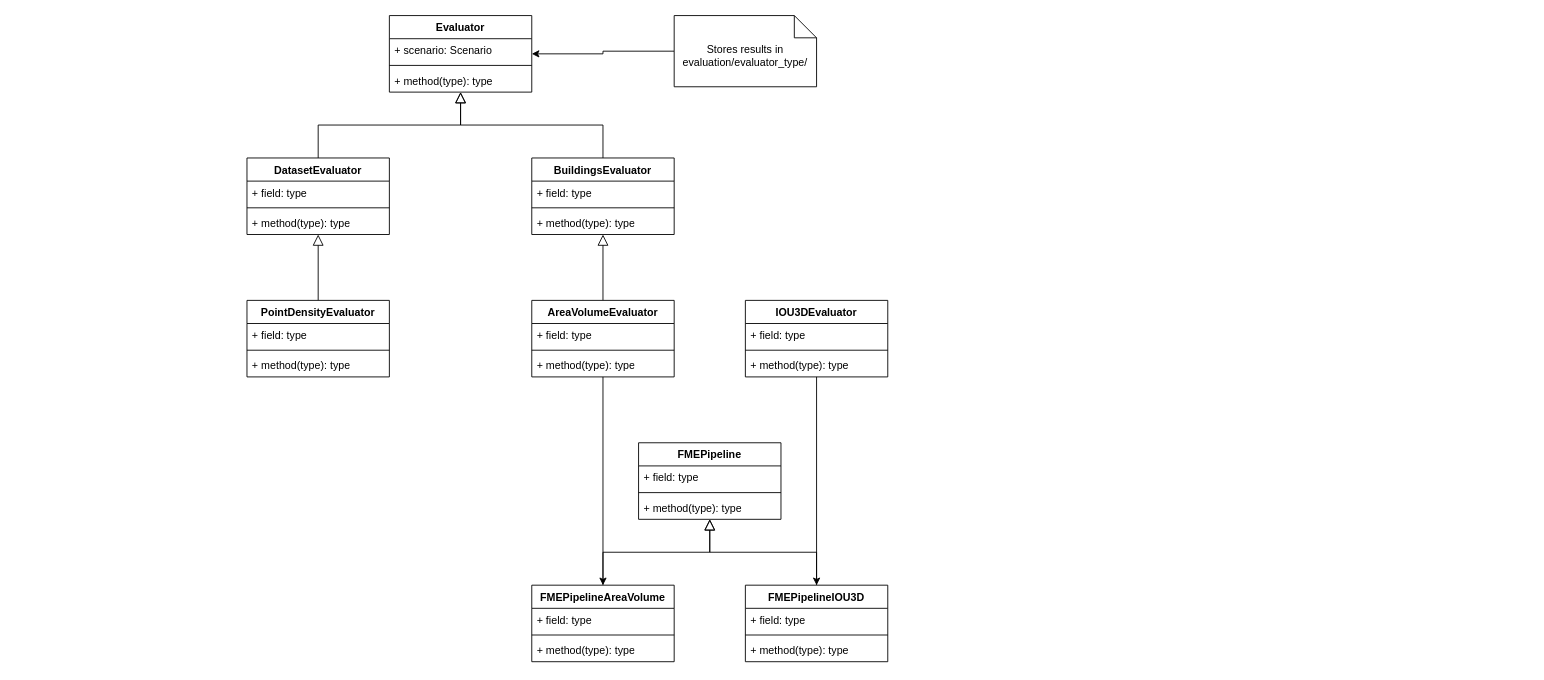
The draw.io diagram uml/evaluator.drawio in florifal/city-to-scan-to-city, before the edit. Source tidied: cells renumbered, new cells numbered last; positions are measured from the earlier drawing's top-left corner, leaving out a move shared by most shapes. Both pictures are drawn from the tidied source at 89%, with x=0, y=0 at pixel (247, 15).
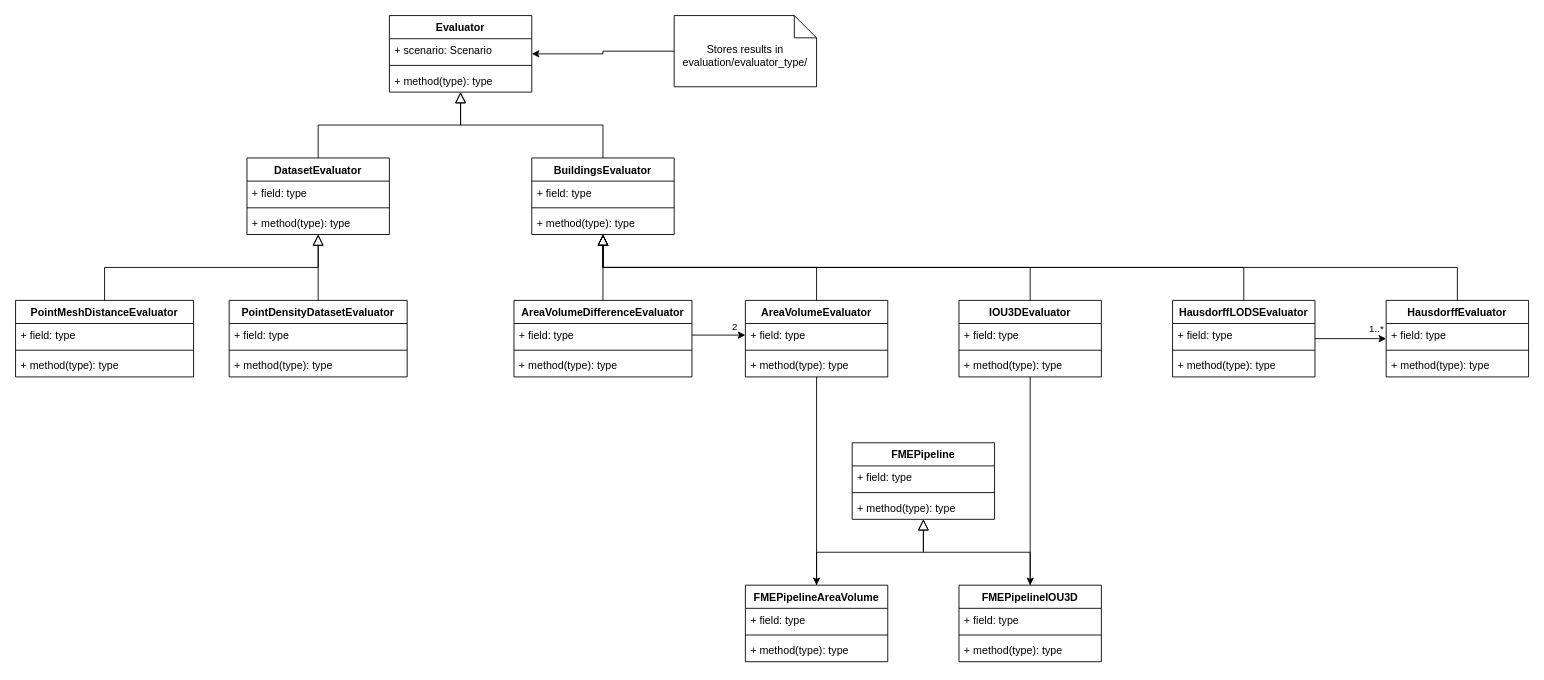
Above is the later version.

Commit message:
Update UML diagram

Unchanged cells that the change refers to:
```xml
<mxCell id="7" value="DatasetEvaluator" style="swimlane;fontStyle=1;align=center;verticalAlign=top;horizontal=1;startSize=26;whiteSpace=wrap;html=1;" parent="1" vertex="1">
  <mxGeometry y="160" width="160" height="86" as="geometry" />
</mxCell>
<mxCell id="12" value="BuildingsEvaluator" style="swimlane;fontStyle=1;align=center;verticalAlign=top;horizontal=1;startSize=26;whiteSpace=wrap;html=1;" parent="1" vertex="1">
  <mxGeometry x="320" y="160" width="160" height="86" as="geometry" />
</mxCell>
<mxCell id="19" value="+ field: type" style="text;strokeColor=none;fillColor=none;align=left;verticalAlign=top;spacingLeft=4;spacingRight=4;overflow=hidden;points=[[0,0.5],[1,0.5]];portConstraint=eastwest;whiteSpace=wrap;html=1;" parent="18" vertex="1">
  <mxGeometry y="26" width="160" height="26" as="geometry" />
</mxCell>
```

Diff of the diagram source:
```diff
@@
-    <mxCell id="16" style="edgeStyle=orthogonalEdgeStyle;rounded=0;jettySize=auto;html=1;endArrow=block;endFill=0;endSize=10;" parent="1" edge="1" source="18" target="12">
+    <mxCell id="16" style="edgeStyle=orthogonalEdgeStyle;rounded=0;jettySize=auto;html=1;endArrow=block;endFill=0;endSize=10;exitX=0.5;exitY=0;exitDx=0;exitDy=0;" parent="1" edge="1" source="18" target="12">
       <mxGeometry relative="1" as="geometry" />
     </mxCell>
@@
     <mxCell id="18" value="AreaVolumeEvaluator" style="swimlane;fontStyle=1;align=center;verticalAlign=top;horizontal=1;startSize=26;whiteSpace=wrap;html=1;" parent="1" vertex="1">
-      <mxGeometry x="320" y="320" width="160" height="86" as="geometry" />
+      <mxGeometry x="560" y="320" width="160" height="86" as="geometry" />
     </mxCell>
@@
     <mxCell id="23" value="FMEPipelineAreaVolume" style="swimlane;fontStyle=1;align=center;verticalAlign=top;horizontal=1;startSize=26;whiteSpace=wrap;html=1;" parent="1" vertex="1">
-      <mxGeometry x="320" y="640" width="160" height="86" as="geometry" />
+      <mxGeometry x="560" y="640" width="160" height="86" as="geometry" />
     </mxCell>
@@
+    <mxCell id="48" style="edgeStyle=orthogonalEdgeStyle;rounded=0;jettySize=auto;html=1;endArrow=block;endFill=0;endSize=10;exitX=0.5;exitY=0;exitDx=0;exitDy=0;" parent="1" edge="1" source="28" target="12">
+      <mxGeometry relative="1" as="geometry" />
+    </mxCell>
     <mxCell id="28" value="IOU3DEvaluator" style="swimlane;fontStyle=1;align=center;verticalAlign=top;horizontal=1;startSize=26;whiteSpace=wrap;html=1;" parent="1" vertex="1">
-      <mxGeometry x="560" y="320" width="160" height="86" as="geometry" />
+      <mxGeometry x="800" y="320" width="160" height="86" as="geometry" />
     </mxCell>
@@
-    <mxCell id="35" value="PointDensityEvaluator" style="swimlane;fontStyle=1;align=center;verticalAlign=top;horizontal=1;startSize=26;whiteSpace=wrap;html=1;" parent="1" vertex="1">
-      <mxGeometry y="320" width="160" height="86" as="geometry" />
+    <mxCell id="35" value="PointDensityDatasetEvaluator" style="swimlane;fontStyle=1;align=center;verticalAlign=top;horizontal=1;startSize=26;whiteSpace=wrap;html=1;" parent="1" vertex="1">
+      <mxGeometry x="-20" y="320" width="200" height="86" as="geometry" />
     </mxCell>
     <mxCell id="36" value="+ field: type" style="text;strokeColor=none;fillColor=none;align=left;verticalAlign=top;spacingLeft=4;spacingRight=4;overflow=hidden;whiteSpace=wrap;html=1;" parent="35" vertex="1">
-      <mxGeometry y="26" width="160" height="26" as="geometry" />
+      <mxGeometry y="26" width="200" height="26" as="geometry" />
     </mxCell>
     <mxCell id="37" style="line;strokeWidth=1;fillColor=none;align=left;verticalAlign=middle;spacingTop=-1;spacingLeft=3;spacingRight=3;labelPosition=right;strokeColor=inherit;" parent="35" vertex="1">
-      <mxGeometry y="52" width="160" height="8" as="geometry" />
+      <mxGeometry y="52" width="200" height="8" as="geometry" />
     </mxCell>
     <mxCell id="38" value="+ method(type): type" style="text;strokeColor=none;fillColor=none;align=left;verticalAlign=top;spacingLeft=4;spacingRight=4;overflow=hidden;whiteSpace=wrap;html=1;" parent="35" vertex="1">
-      <mxGeometry y="60" width="160" height="26" as="geometry" />
+      <mxGeometry y="60" width="200" height="26" as="geometry" />
     </mxCell>
@@
     <mxCell id="40" value="FMEPipelineIOU3D" style="swimlane;fontStyle=1;align=center;verticalAlign=top;horizontal=1;startSize=26;whiteSpace=wrap;html=1;" parent="1" vertex="1">
-      <mxGeometry x="560" y="640" width="160" height="86" as="geometry" />
+      <mxGeometry x="800" y="640" width="160" height="86" as="geometry" />
     </mxCell>
@@
     <mxCell id="44" value="FMEPipeline" style="swimlane;fontStyle=1;align=center;verticalAlign=top;horizontal=1;startSize=26;whiteSpace=wrap;html=1;" parent="1" vertex="1">
-      <mxGeometry x="440" y="480" width="160" height="86" as="geometry" />
+      <mxGeometry x="680" y="480" width="160" height="86" as="geometry" />
     </mxCell>
@@
+    <mxCell id="49" style="edgeStyle=orthogonalEdgeStyle;rounded=0;jettySize=auto;html=1;endSize=10;endArrow=block;endFill=0;" parent="1" edge="1" source="50" target="12">
+      <mxGeometry relative="1" as="geometry" />
+    </mxCell>
+    <mxCell id="50" value="AreaVolumeDifferenceEvaluator" style="swimlane;fontStyle=1;align=center;verticalAlign=top;horizontal=1;startSize=26;whiteSpace=wrap;html=1;" parent="1" vertex="1">
+      <mxGeometry x="300" y="320" width="200" height="86" as="geometry" />
+    </mxCell>
+    <mxCell id="51" value="+ field: type" style="text;strokeColor=none;fillColor=none;align=left;verticalAlign=top;spacingLeft=4;spacingRight=4;overflow=hidden;points=[[0,0.5],[1,0.5]];portConstraint=eastwest;whiteSpace=wrap;html=1;" parent="50" vertex="1">
+      <mxGeometry y="26" width="200" height="26" as="geometry" />
+    </mxCell>
+    <mxCell id="52" style="line;strokeWidth=1;fillColor=none;align=left;verticalAlign=middle;spacingTop=-1;spacingLeft=3;spacingRight=3;labelPosition=right;strokeColor=inherit;" parent="50" vertex="1">
+      <mxGeometry y="52" width="200" height="8" as="geometry" />
+    </mxCell>
+    <mxCell id="53" value="+ method(type): type" style="text;strokeColor=none;fillColor=none;align=left;verticalAlign=top;spacingLeft=4;spacingRight=4;overflow=hidden;whiteSpace=wrap;html=1;" parent="50" vertex="1">
+      <mxGeometry y="60" width="200" height="26" as="geometry" />
+    </mxCell>
+    <mxCell id="54" style="edgeStyle=orthogonalEdgeStyle;rounded=0;jettySize=auto;html=1;exitX=1;exitY=0.5;exitDx=0;exitDy=0;entryX=0;entryY=0.5;entryDx=0;entryDy=0;" parent="1" edge="1" source="51" target="19">
+      <mxGeometry relative="1" as="geometry" />
+    </mxCell>
+    <mxCell id="55" value="2" style="edgeLabel;html=1;align=center;verticalAlign=middle;" parent="54" vertex="1">
+      <mxGeometry x="0.65" y="1" relative="1" as="geometry">
+        <mxPoint x="-3" y="-9" as="offset" />
+      </mxGeometry>
+    </mxCell>
+    <mxCell id="56" style="edgeStyle=orthogonalEdgeStyle;rounded=0;jettySize=auto;html=1;" parent="1" edge="1" source="59" target="64">
+      <mxGeometry relative="1" as="geometry" />
+    </mxCell>
+    <mxCell id="57" value="1..*" style="edgeLabel;html=1;align=center;verticalAlign=middle;" parent="56" vertex="1">
+      <mxGeometry x="0.69" relative="1" as="geometry">
+        <mxPoint y="-12" as="offset" />
+      </mxGeometry>
+    </mxCell>
+    <mxCell id="58" style="edgeStyle=orthogonalEdgeStyle;rounded=0;jettySize=auto;html=1;exitX=0.5;exitY=0;exitDx=0;exitDy=0;endArrow=block;endFill=0;endSize=10;" parent="1" edge="1" source="59" target="12">
+      <mxGeometry relative="1" as="geometry" />
+    </mxCell>
+    <mxCell id="59" value="HausdorffLODSEvaluator" style="swimlane;fontStyle=1;align=center;verticalAlign=top;horizontal=1;startSize=26;whiteSpace=wrap;html=1;" parent="1" vertex="1">
+      <mxGeometry x="1040" y="320" width="160" height="86" as="geometry" />
+    </mxCell>
+    <mxCell id="60" value="+ field: type" style="text;strokeColor=none;fillColor=none;align=left;verticalAlign=top;spacingLeft=4;spacingRight=4;overflow=hidden;whiteSpace=wrap;html=1;" parent="59" vertex="1">
+      <mxGeometry y="26" width="160" height="26" as="geometry" />
+    </mxCell>
+    <mxCell id="61" style="line;strokeWidth=1;fillColor=none;align=left;verticalAlign=middle;spacingTop=-1;spacingLeft=3;spacingRight=3;labelPosition=right;strokeColor=inherit;" parent="59" vertex="1">
+      <mxGeometry y="52" width="160" height="8" as="geometry" />
+    </mxCell>
+    <mxCell id="62" value="+ method(type): type" style="text;strokeColor=none;fillColor=none;align=left;verticalAlign=top;spacingLeft=4;spacingRight=4;overflow=hidden;whiteSpace=wrap;html=1;" parent="59" vertex="1">
+      <mxGeometry y="60" width="160" height="26" as="geometry" />
+    </mxCell>
+    <mxCell id="63" style="edgeStyle=orthogonalEdgeStyle;rounded=0;jettySize=auto;html=1;exitX=0.5;exitY=0;exitDx=0;exitDy=0;endArrow=block;endFill=0;endSize=10;" parent="1" edge="1" source="64" target="12">
+      <mxGeometry relative="1" as="geometry" />
+    </mxCell>
+    <mxCell id="64" value="HausdorffEvaluator" style="swimlane;fontStyle=1;align=center;verticalAlign=top;horizontal=1;startSize=26;whiteSpace=wrap;html=1;" parent="1" vertex="1">
+      <mxGeometry x="1280" y="320" width="160" height="86" as="geometry" />
+    </mxCell>
+    <mxCell id="65" value="+ field: type" style="text;strokeColor=none;fillColor=none;align=left;verticalAlign=top;spacingLeft=4;spacingRight=4;overflow=hidden;whiteSpace=wrap;html=1;" parent="64" vertex="1">
+      <mxGeometry y="26" width="160" height="26" as="geometry" />
+    </mxCell>
+    <mxCell id="66" style="line;strokeWidth=1;fillColor=none;align=left;verticalAlign=middle;spacingTop=-1;spacingLeft=3;spacingRight=3;labelPosition=right;strokeColor=inherit;" parent="64" vertex="1">
+      <mxGeometry y="52" width="160" height="8" as="geometry" />
+    </mxCell>
+    <mxCell id="67" value="+ method(type): type" style="text;strokeColor=none;fillColor=none;align=left;verticalAlign=top;spacingLeft=4;spacingRight=4;overflow=hidden;whiteSpace=wrap;html=1;" parent="64" vertex="1">
+      <mxGeometry y="60" width="160" height="26" as="geometry" />
+    </mxCell>
+    <mxCell id="68" style="edgeStyle=orthogonalEdgeStyle;rounded=0;jettySize=auto;html=1;exitX=0.5;exitY=0;exitDx=0;exitDy=0;endArrow=block;endFill=0;endSize=10;" parent="1" edge="1" source="69" target="7">
+      <mxGeometry relative="1" as="geometry" />
+    </mxCell>
+    <mxCell id="69" value="PointMeshDistanceEvaluator" style="swimlane;fontStyle=1;align=center;verticalAlign=top;horizontal=1;startSize=26;whiteSpace=wrap;html=1;" parent="1" vertex="1">
+      <mxGeometry x="-260" y="320" width="200" height="86" as="geometry" />
+    </mxCell>
+    <mxCell id="70" value="+ field: type" style="text;strokeColor=none;fillColor=none;align=left;verticalAlign=top;spacingLeft=4;spacingRight=4;overflow=hidden;whiteSpace=wrap;html=1;" parent="69" vertex="1">
+      <mxGeometry y="26" width="200" height="26" as="geometry" />
+    </mxCell>
+    <mxCell id="71" style="line;strokeWidth=1;fillColor=none;align=left;verticalAlign=middle;spacingTop=-1;spacingLeft=3;spacingRight=3;labelPosition=right;strokeColor=inherit;" parent="69" vertex="1">
+      <mxGeometry y="52" width="200" height="8" as="geometry" />
+    </mxCell>
+    <mxCell id="72" value="+ method(type): type" style="text;strokeColor=none;fillColor=none;align=left;verticalAlign=top;spacingLeft=4;spacingRight=4;overflow=hidden;whiteSpace=wrap;html=1;" parent="69" vertex="1">
+      <mxGeometry y="60" width="200" height="26" as="geometry" />
+    </mxCell>
```
